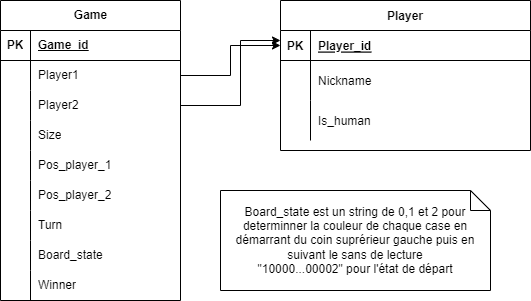
Earlier version of the draw.io export schema base de donnée.png (perdita96/Projet-IA). Source tidied: cells renumbered, new cells last; positions are measured from the earlier drawing's top-left corner, leaving out a move shared by most shapes.
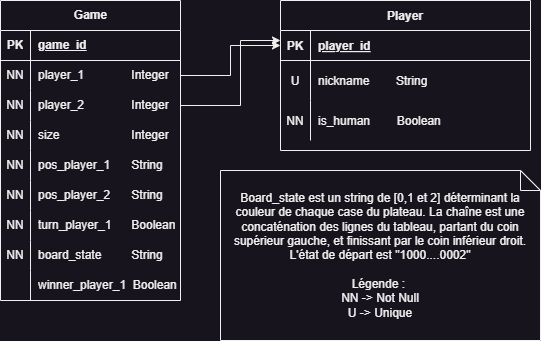
Above is the later version.

Diff of the diagram source:
```diff
@@ -11,25 +11,25 @@
     <mxCell id="4" value="PK" style="shape=partialRectangle;overflow=hidden;fillColor=none;top=0;left=0;bottom=0;right=0;fontStyle=1;" parent="3" vertex="1">
       <mxGeometry width="30" height="30" as="geometry" />
     </mxCell>
-    <mxCell id="5" value="Player_id" style="shape=partialRectangle;overflow=hidden;fillColor=none;top=0;left=0;bottom=0;right=0;align=left;spacingLeft=6;fontStyle=5;" parent="3" vertex="1">
+    <mxCell id="5" value="player_id" style="shape=partialRectangle;overflow=hidden;fillColor=none;top=0;left=0;bottom=0;right=0;align=left;spacingLeft=6;fontStyle=5;" parent="3" vertex="1">
       <mxGeometry x="30" width="220" height="30" as="geometry" />
     </mxCell>
     <mxCell id="6" style="shape=partialRectangle;fillColor=none;top=0;left=0;right=0;bottom=0;" parent="2" vertex="1">
       <mxGeometry y="60" width="250" height="40" as="geometry" />
     </mxCell>
-    <mxCell id="7" style="shape=partialRectangle;overflow=hidden;fillColor=none;top=0;left=0;bottom=0;right=0;" parent="6" vertex="1">
+    <mxCell id="7" value="U" style="shape=partialRectangle;overflow=hidden;fillColor=none;top=0;left=0;bottom=0;right=0;" parent="6" vertex="1">
       <mxGeometry width="30" height="40" as="geometry" />
     </mxCell>
-    <mxCell id="8" value="Nickname" style="shape=partialRectangle;overflow=hidden;fillColor=none;top=0;left=0;bottom=0;right=0;align=left;spacingLeft=6;" parent="6" vertex="1">
+    <mxCell id="8" value="nickname        String        " style="shape=partialRectangle;overflow=hidden;fillColor=none;top=0;left=0;bottom=0;right=0;align=left;spacingLeft=6;" parent="6" vertex="1">
       <mxGeometry x="30" width="220" height="40" as="geometry" />
     </mxCell>
     <mxCell id="9" style="shape=partialRectangle;fillColor=none;top=0;left=0;right=0;bottom=0;" parent="2" vertex="1">
       <mxGeometry y="100" width="250" height="40" as="geometry" />
     </mxCell>
-    <mxCell id="10" style="shape=partialRectangle;overflow=hidden;fillColor=none;top=0;left=0;bottom=0;right=0;" parent="9" vertex="1">
+    <mxCell id="10" value="NN" style="shape=partialRectangle;overflow=hidden;fillColor=none;top=0;left=0;bottom=0;right=0;" parent="9" vertex="1">
       <mxGeometry width="30" height="40" as="geometry" />
     </mxCell>
-    <mxCell id="11" value="Is_human" style="shape=partialRectangle;overflow=hidden;fillColor=none;top=0;left=0;bottom=0;right=0;align=left;spacingLeft=6;" parent="9" vertex="1">
+    <mxCell id="11" value="is_human        Boolean " style="shape=partialRectangle;overflow=hidden;fillColor=none;top=0;left=0;bottom=0;right=0;align=left;spacingLeft=6;" parent="9" vertex="1">
       <mxGeometry x="30" width="220" height="40" as="geometry" />
     </mxCell>
     <mxCell id="12" value="Game" style="shape=table;startSize=30;rowLines=0;fontStyle=1;align=center;html=1;" parent="1" vertex="1">
@@ -41,70 +41,70 @@
     <mxCell id="14" value="PK" style="shape=partialRectangle;fillColor=none;top=0;left=0;bottom=0;right=0;fontStyle=1;overflow=hidden;whiteSpace=wrap;html=1;" parent="13" vertex="1">
       <mxGeometry width="30" height="30" as="geometry" />
     </mxCell>
-    <mxCell id="15" value="Game_id" style="shape=partialRectangle;fillColor=none;top=0;left=0;bottom=0;right=0;align=left;spacingLeft=6;fontStyle=5;overflow=hidden;whiteSpace=wrap;html=1;" parent="13" vertex="1">
+    <mxCell id="15" value="game_id" style="shape=partialRectangle;fillColor=none;top=0;left=0;bottom=0;right=0;align=left;spacingLeft=6;fontStyle=5;overflow=hidden;whiteSpace=wrap;html=1;" parent="13" vertex="1">
       <mxGeometry x="30" width="150" height="30" as="geometry" />
     </mxCell>
     <mxCell id="16" style="shape=tableRow;horizontal=0;startSize=0;swimlaneHead=0;swimlaneBody=0;fillColor=none;points=[[0,0.5],[1,0.5]];portConstraint=eastwest;top=0;left=0;right=0;bottom=0;" parent="12" vertex="1">
       <mxGeometry y="60" width="180" height="30" as="geometry" />
     </mxCell>
-    <mxCell id="17" style="shape=partialRectangle;fillColor=none;top=0;left=0;bottom=0;right=0;overflow=hidden;whiteSpace=wrap;html=1;" parent="16" vertex="1">
+    <mxCell id="17" value="NN" style="shape=partialRectangle;fillColor=none;top=0;left=0;bottom=0;right=0;overflow=hidden;whiteSpace=wrap;html=1;" parent="16" vertex="1">
       <mxGeometry width="30" height="30" as="geometry" />
     </mxCell>
-    <mxCell id="18" value="Player1" style="shape=partialRectangle;fillColor=none;top=0;left=0;bottom=0;right=0;align=left;spacingLeft=6;overflow=hidden;whiteSpace=wrap;html=1;" parent="16" vertex="1">
+    <mxCell id="18" value="player_1&lt;span style=&quot;white-space: pre;&quot;&gt;&#9;&lt;/span&gt;&lt;span style=&quot;white-space: pre;&quot;&gt;&#9;&amp;nbsp;&lt;/span&gt;&amp;nbsp; &amp;nbsp;Integer" style="shape=partialRectangle;fillColor=none;top=0;left=0;bottom=0;right=0;align=left;spacingLeft=6;overflow=hidden;whiteSpace=wrap;html=1;" parent="16" vertex="1">
       <mxGeometry x="30" width="150" height="30" as="geometry" />
     </mxCell>
     <mxCell id="19" style="shape=tableRow;horizontal=0;startSize=0;swimlaneHead=0;swimlaneBody=0;fillColor=none;points=[[0,0.5],[1,0.5]];portConstraint=eastwest;top=0;left=0;right=0;bottom=0;" parent="12" vertex="1">
       <mxGeometry y="90" width="180" height="30" as="geometry" />
     </mxCell>
-    <mxCell id="20" style="shape=partialRectangle;fillColor=none;top=0;left=0;bottom=0;right=0;overflow=hidden;whiteSpace=wrap;html=1;" parent="19" vertex="1">
+    <mxCell id="20" value="NN" style="shape=partialRectangle;fillColor=none;top=0;left=0;bottom=0;right=0;overflow=hidden;whiteSpace=wrap;html=1;" parent="19" vertex="1">
       <mxGeometry width="30" height="30" as="geometry" />
     </mxCell>
-    <mxCell id="21" value="Player2" style="shape=partialRectangle;fillColor=none;top=0;left=0;bottom=0;right=0;align=left;spacingLeft=6;overflow=hidden;whiteSpace=wrap;html=1;" parent="19" vertex="1">
+    <mxCell id="21" value="player_2&lt;span style=&quot;white-space: pre;&quot;&gt;&#9;&lt;/span&gt;&lt;span style=&quot;white-space: pre;&quot;&gt;&#9;&lt;/span&gt;&amp;nbsp; &amp;nbsp; Integer" style="shape=partialRectangle;fillColor=none;top=0;left=0;bottom=0;right=0;align=left;spacingLeft=6;overflow=hidden;whiteSpace=wrap;html=1;" parent="19" vertex="1">
       <mxGeometry x="30" width="150" height="30" as="geometry" />
     </mxCell>
     <mxCell id="22" style="shape=tableRow;horizontal=0;startSize=0;swimlaneHead=0;swimlaneBody=0;fillColor=none;top=0;left=0;right=0;bottom=0;" parent="12" vertex="1">
       <mxGeometry y="120" width="180" height="30" as="geometry" />
     </mxCell>
-    <mxCell id="23" style="shape=partialRectangle;fillColor=none;top=0;left=0;bottom=0;right=0;overflow=hidden;whiteSpace=wrap;html=1;" parent="22" vertex="1">
+    <mxCell id="23" value="NN" style="shape=partialRectangle;fillColor=none;top=0;left=0;bottom=0;right=0;overflow=hidden;whiteSpace=wrap;html=1;" parent="22" vertex="1">
       <mxGeometry width="30" height="30" as="geometry" />
     </mxCell>
-    <mxCell id="24" value="Size" style="shape=partialRectangle;fillColor=none;top=0;left=0;bottom=0;right=0;align=left;spacingLeft=6;overflow=hidden;whiteSpace=wrap;html=1;" parent="22" vertex="1">
+    <mxCell id="24" value="size&lt;span style=&quot;white-space: pre;&quot;&gt;&#9;&lt;/span&gt;&lt;span style=&quot;white-space: pre;&quot;&gt;&#9;&lt;/span&gt;&lt;span style=&quot;white-space: pre;&quot;&gt;&#9;&lt;/span&gt;&amp;nbsp; &amp;nbsp; Integer" style="shape=partialRectangle;fillColor=none;top=0;left=0;bottom=0;right=0;align=left;spacingLeft=6;overflow=hidden;whiteSpace=wrap;html=1;" parent="22" vertex="1">
       <mxGeometry x="30" width="150" height="30" as="geometry" />
     </mxCell>
     <mxCell id="25" style="shape=tableRow;horizontal=0;startSize=0;swimlaneHead=0;swimlaneBody=0;fillColor=none;top=0;left=0;right=0;bottom=0;" parent="12" vertex="1">
       <mxGeometry y="150" width="180" height="30" as="geometry" />
     </mxCell>
-    <mxCell id="26" style="shape=partialRectangle;fillColor=none;top=0;left=0;bottom=0;right=0;overflow=hidden;whiteSpace=wrap;html=1;" parent="25" vertex="1">
+    <mxCell id="26" value="NN" style="shape=partialRectangle;fillColor=none;top=0;left=0;bottom=0;right=0;overflow=hidden;whiteSpace=wrap;html=1;" parent="25" vertex="1">
       <mxGeometry width="30" height="30" as="geometry" />
     </mxCell>
-    <mxCell id="27" value="Pos_player_1" style="shape=partialRectangle;fillColor=none;top=0;left=0;bottom=0;right=0;align=left;spacingLeft=6;overflow=hidden;whiteSpace=wrap;html=1;" parent="25" vertex="1">
+    <mxCell id="27" value="pos_player_1&lt;span style=&quot;white-space: pre;&quot;&gt;&#9;&lt;/span&gt;&amp;nbsp; &amp;nbsp; String" style="shape=partialRectangle;fillColor=none;top=0;left=0;bottom=0;right=0;align=left;spacingLeft=6;overflow=hidden;whiteSpace=wrap;html=1;" parent="25" vertex="1">
       <mxGeometry x="30" width="150" height="30" as="geometry" />
     </mxCell>
     <mxCell id="28" style="shape=tableRow;horizontal=0;startSize=0;swimlaneHead=0;swimlaneBody=0;fillColor=none;top=0;left=0;right=0;bottom=0;" parent="12" vertex="1">
       <mxGeometry y="180" width="180" height="30" as="geometry" />
     </mxCell>
-    <mxCell id="29" style="shape=partialRectangle;fillColor=none;top=0;left=0;bottom=0;right=0;overflow=hidden;whiteSpace=wrap;html=1;" parent="28" vertex="1">
+    <mxCell id="29" value="NN" style="shape=partialRectangle;fillColor=none;top=0;left=0;bottom=0;right=0;overflow=hidden;whiteSpace=wrap;html=1;" parent="28" vertex="1">
       <mxGeometry width="30" height="30" as="geometry" />
     </mxCell>
-    <mxCell id="30" value="Pos_player_2" style="shape=partialRectangle;fillColor=none;top=0;left=0;bottom=0;right=0;align=left;spacingLeft=6;overflow=hidden;whiteSpace=wrap;html=1;" parent="28" vertex="1">
+    <mxCell id="30" value="pos_player_2&lt;span style=&quot;white-space: pre;&quot;&gt;&#9;&lt;/span&gt;&amp;nbsp; &amp;nbsp; String" style="shape=partialRectangle;fillColor=none;top=0;left=0;bottom=0;right=0;align=left;spacingLeft=6;overflow=hidden;whiteSpace=wrap;html=1;" parent="28" vertex="1">
       <mxGeometry x="30" width="150" height="30" as="geometry" />
     </mxCell>
     <mxCell id="31" style="shape=tableRow;horizontal=0;startSize=0;swimlaneHead=0;swimlaneBody=0;fillColor=none;top=0;left=0;right=0;bottom=0;" parent="12" vertex="1">
       <mxGeometry y="210" width="180" height="30" as="geometry" />
     </mxCell>
-    <mxCell id="32" style="shape=partialRectangle;fillColor=none;top=0;left=0;bottom=0;right=0;overflow=hidden;whiteSpace=wrap;html=1;" parent="31" vertex="1">
+    <mxCell id="32" value="NN" style="shape=partialRectangle;fillColor=none;top=0;left=0;bottom=0;right=0;overflow=hidden;whiteSpace=wrap;html=1;" parent="31" vertex="1">
       <mxGeometry width="30" height="30" as="geometry" />
     </mxCell>
-    <mxCell id="33" value="Turn" style="shape=partialRectangle;fillColor=none;top=0;left=0;bottom=0;right=0;align=left;spacingLeft=6;overflow=hidden;whiteSpace=wrap;html=1;" parent="31" vertex="1">
+    <mxCell id="33" value="turn_player_1&lt;span style=&quot;white-space: pre;&quot;&gt;&#9;&lt;/span&gt;&amp;nbsp; &amp;nbsp; Boolean" style="shape=partialRectangle;fillColor=none;top=0;left=0;bottom=0;right=0;align=left;spacingLeft=6;overflow=hidden;whiteSpace=wrap;html=1;" parent="31" vertex="1">
       <mxGeometry x="30" width="150" height="30" as="geometry" />
     </mxCell>
     <mxCell id="34" style="shape=tableRow;horizontal=0;startSize=0;swimlaneHead=0;swimlaneBody=0;fillColor=none;top=0;left=0;right=0;bottom=0;" parent="12" vertex="1">
       <mxGeometry y="240" width="180" height="30" as="geometry" />
     </mxCell>
-    <mxCell id="35" style="shape=partialRectangle;fillColor=none;top=0;left=0;bottom=0;right=0;overflow=hidden;whiteSpace=wrap;html=1;" parent="34" vertex="1">
+    <mxCell id="35" value="NN" style="shape=partialRectangle;fillColor=none;top=0;left=0;bottom=0;right=0;overflow=hidden;whiteSpace=wrap;html=1;" parent="34" vertex="1">
       <mxGeometry width="30" height="30" as="geometry" />
     </mxCell>
-    <mxCell id="36" value="Board_state" style="shape=partialRectangle;fillColor=none;top=0;left=0;bottom=0;right=0;align=left;spacingLeft=6;overflow=hidden;whiteSpace=wrap;html=1;" parent="34" vertex="1">
+    <mxCell id="36" value="board_state&lt;span style=&quot;white-space: pre;&quot;&gt;&#9;&lt;/span&gt;&amp;nbsp; &amp;nbsp; String" style="shape=partialRectangle;fillColor=none;top=0;left=0;bottom=0;right=0;align=left;spacingLeft=6;overflow=hidden;whiteSpace=wrap;html=1;" parent="34" vertex="1">
       <mxGeometry x="30" width="150" height="30" as="geometry" />
     </mxCell>
     <mxCell id="37" style="shape=tableRow;horizontal=0;startSize=0;swimlaneHead=0;swimlaneBody=0;fillColor=none;top=0;left=0;right=0;bottom=0;" parent="12" vertex="1">
@@ -113,7 +113,7 @@
     <mxCell id="38" style="shape=partialRectangle;fillColor=none;top=0;left=0;bottom=0;right=0;overflow=hidden;whiteSpace=wrap;html=1;" parent="37" vertex="1">
       <mxGeometry width="30" height="30" as="geometry" />
     </mxCell>
-    <mxCell id="39" value="Winner" style="shape=partialRectangle;fillColor=none;top=0;left=0;bottom=0;right=0;align=left;spacingLeft=6;overflow=hidden;whiteSpace=wrap;html=1;" parent="37" vertex="1">
+    <mxCell id="39" value="winner_player_1&amp;nbsp; Boolean" style="shape=partialRectangle;fillColor=none;top=0;left=0;bottom=0;right=0;align=left;spacingLeft=6;overflow=hidden;whiteSpace=wrap;html=1;" parent="37" vertex="1">
       <mxGeometry x="30" width="150" height="30" as="geometry" />
     </mxCell>
     <mxCell id="40" style="edgeStyle=orthogonalEdgeStyle;rounded=0;jettySize=auto;html=1;entryX=0;entryY=0.5;entryDx=0;entryDy=0;" parent="1" edge="1" source="16" target="3">
@@ -128,8 +128,8 @@
         </Array>
       </mxGeometry>
     </mxCell>
-    <mxCell id="42" value="Board_state est un string de 0,1 et 2 pour determinner la couleur de chaque case en démarrant du coin suprérieur gauche puis en suivant le sans de lecture&lt;br&gt;&quot;10000...00002&quot; pour l'état de départ" style="shape=note;size=20;whiteSpace=wrap;html=1;" parent="1" vertex="1">
-      <mxGeometry x="220" y="190" width="270" height="100" as="geometry" />
+    <mxCell id="42" value="Board_state est un string de [0,1 et 2] déterminant la couleur de chaque case du plateau. La chaîne est une concaténation des lignes du tableau, partant du coin supérieur gauche, et finissant par le coin inférieur droit.&lt;br&gt;L'état de départ est &quot;1000....0002&quot;&lt;div&gt;&lt;br&gt;&lt;/div&gt;&lt;div&gt;Légende :&amp;nbsp;&lt;/div&gt;&lt;div&gt;NN -&amp;gt; Not Null&lt;/div&gt;&lt;div&gt;U -&amp;gt; Unique&lt;/div&gt;" style="shape=note;size=20;whiteSpace=wrap;html=1;" parent="1" vertex="1">
+      <mxGeometry x="220" y="170" width="320" height="170" as="geometry" />
     </mxCell>
   </root>
 </mxGraphModel>
```
